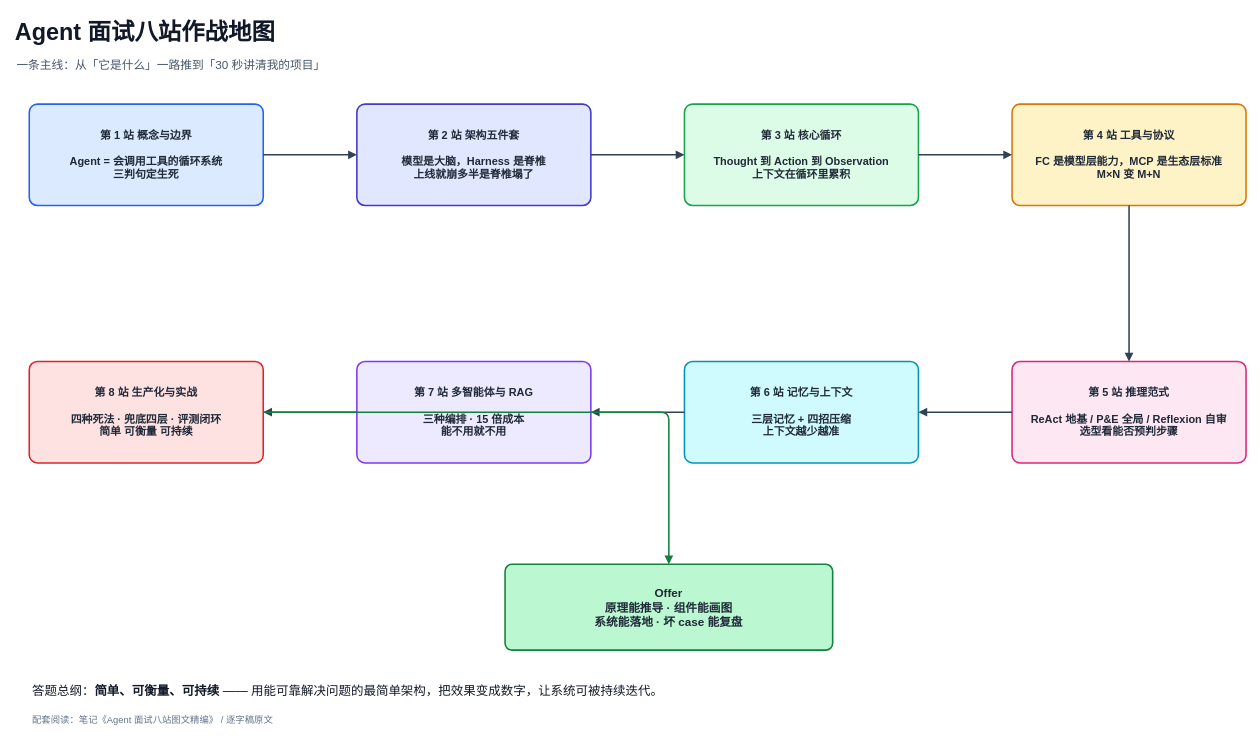
Earlier version of the draw.io diagram page "01-八站全景" (1 of 5) of 6-ai/Agent 面试八站作战地图.drawio (vic868/Deliberate). Source tidied: cells renumbered, new cells numbered last; positions are measured from the earlier drawing's top-left corner, leaving out a move shared by most shapes. Both pictures are drawn from the tidied source at 78%, with x=0, y=0 at pixel (13, 13).
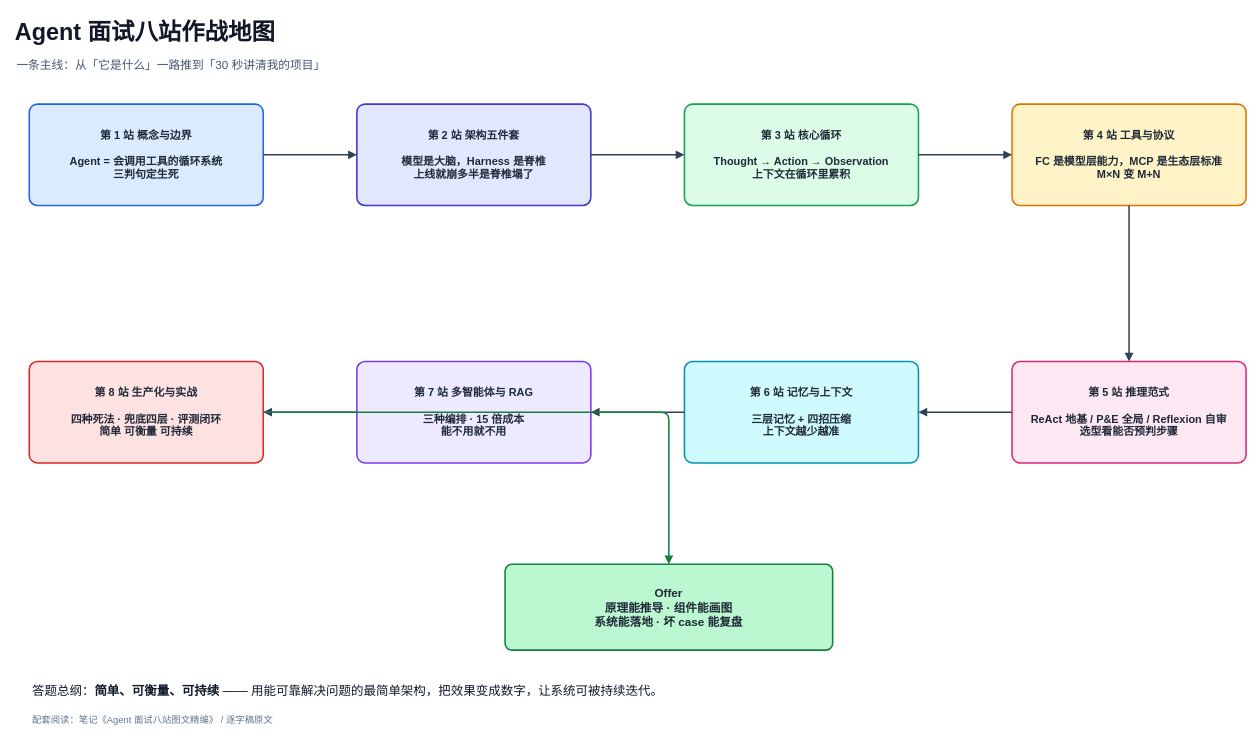
The same diagram, later.

The edit, as a diff of the source:
```diff
@@
-    <mxCell id="6" value="&lt;b&gt;第 3 站  核心循环&lt;/b&gt;&lt;br/&gt;&lt;br/&gt;Thought 到 Action 到 Observation&lt;br/&gt;上下文在循环里累积" style="rounded=1;whiteSpace=wrap;html=1;fillColor=#dcfce7;strokeColor=#16a34a;strokeWidth=2;fontSize=14;fontStyle=1;align=center;verticalAlign=middle;dashed=0;fontColor=#1f2937;arcSize=8;" parent="1" vertex="1">
+    <mxCell id="6" value="&lt;b&gt;第 3 站  核心循环&lt;/b&gt;&lt;br/&gt;&lt;br/&gt;Thought → Action → Observation&lt;br/&gt;上下文在循环里累积" style="rounded=1;whiteSpace=wrap;html=1;fillColor=#dcfce7;strokeColor=#16a34a;strokeWidth=2;fontSize=14;fontStyle=1;align=center;verticalAlign=middle;dashed=0;fontColor=#1f2937;arcSize=8;" parent="1" vertex="1">
       <mxGeometry x="860" y="116" width="300" height="130" as="geometry" />
     </mxCell>
```
